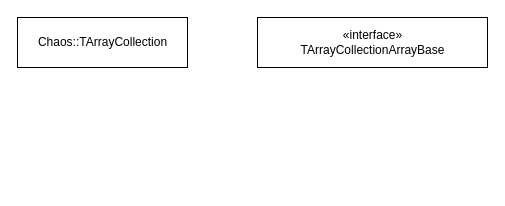
Before: ChaosDataStructure.drawio in wxhaooo/UE4-Beginner-Guide, a draw.io diagram. Source tidied: cells renumbered, new cells numbered last; positions are measured from the earlier drawing's top-left corner, leaving out a move shared by most shapes. Both pictures are drawn from the tidied source at 100%, with x=0, y=0 at pixel (17, 17).
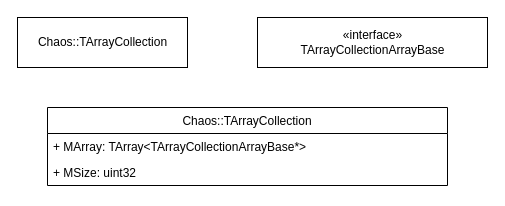
The same page after the edit.

Diff of the diagram source:
```diff
@@
 <mxGraphModel>
   <root>
     <mxCell id="0" />
     <mxCell id="1" parent="0" />
     <mxCell id="2" value="Chaos::TArrayCollection" style="html=1;" parent="1" vertex="1">
       <mxGeometry width="170" height="50" as="geometry" />
     </mxCell>
     <mxCell id="3" value="«interface»&lt;br&gt;TArrayCollectionArrayBase" style="html=1;" parent="1" vertex="1">
       <mxGeometry x="240" width="230" height="50" as="geometry" />
     </mxCell>
+    <mxCell id="4" value="Chaos::TArrayCollection" style="swimlane;fontStyle=0;horizontal=1;startSize=26;fillColor=none;" parent="1" vertex="1">
+      <mxGeometry x="30" y="90" width="400" height="78" as="geometry" />
+    </mxCell>
+    <mxCell id="5" value="+ MArray: TArray&lt;TArrayCollectionArrayBase*&gt; " style="text;strokeColor=none;fillColor=none;align=left;verticalAlign=top;spacingLeft=4;spacingRight=4;overflow=hidden;" parent="4" vertex="1">
+      <mxGeometry y="26" width="400" height="26" as="geometry" />
+    </mxCell>
+    <mxCell id="6" value="+ MSize: uint32" style="text;strokeColor=none;fillColor=none;align=left;verticalAlign=top;spacingLeft=4;spacingRight=4;overflow=hidden;" parent="4" vertex="1">
+      <mxGeometry y="52" width="400" height="26" as="geometry" />
+    </mxCell>
   </root>
 </mxGraphModel>
```
